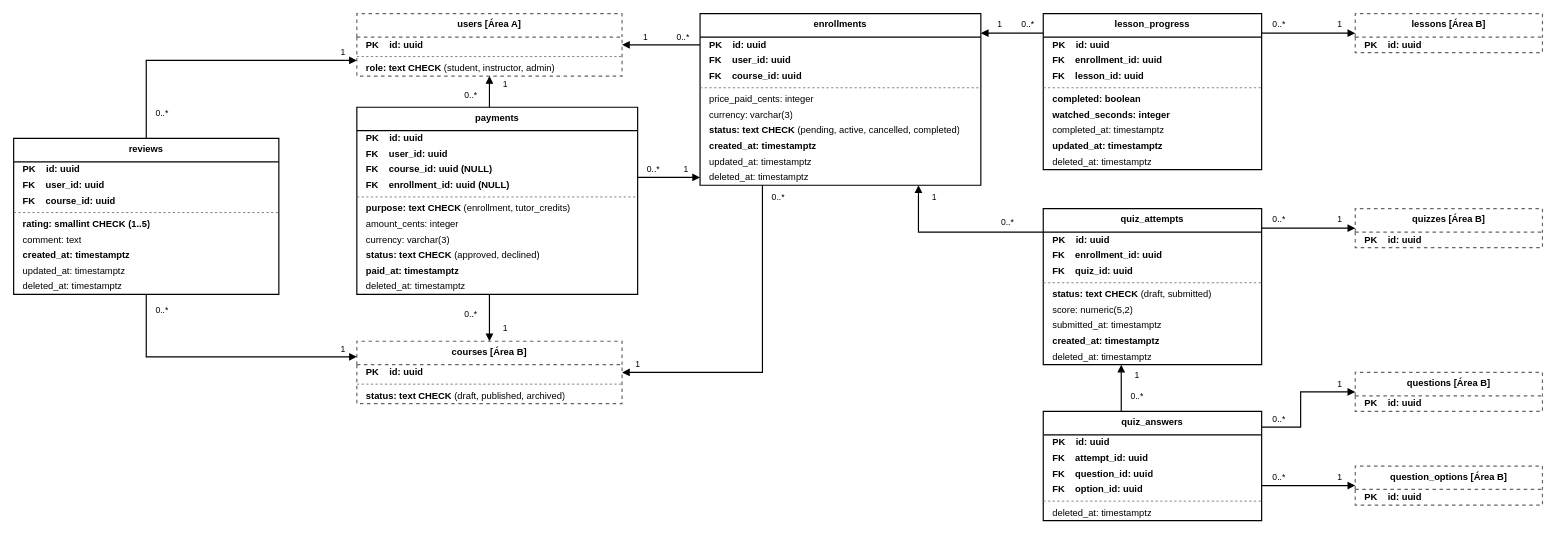
The draw.io diagram especificacao/diagramas/12-modelo-de-dados-area-c.drawio in Plataforma-de-Cursos-TCC/plataforma-cursos-docs, before the edit. Source tidied: cells renumbered, new cells numbered last; positions are measured from the earlier drawing's top-left corner, leaving out a move shared by most shapes. Both pictures are drawn from the tidied source at 78%, with x=0, y=0 at pixel (13, 13).
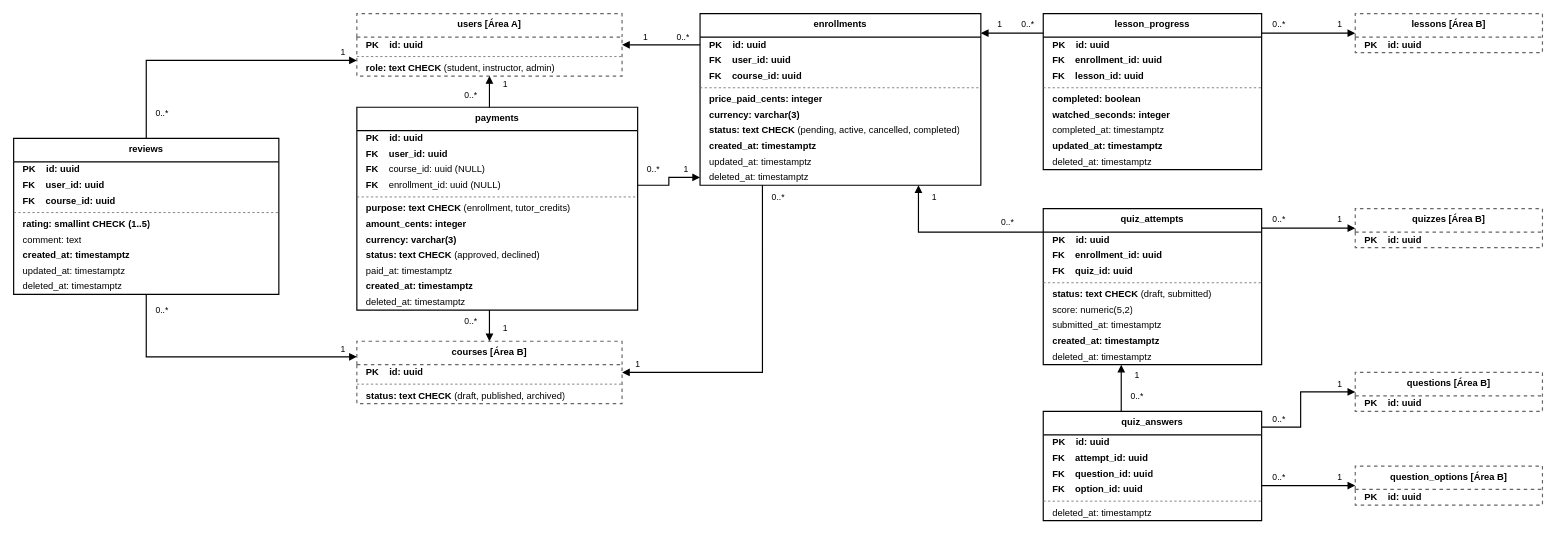
Above is the later version.

Commit message (it also covers changes not shown here):
fix(area-c): add payments created_at and correct column nullability bolding

Add created_at timestamptz NOT NULL to payments table in the data dictionary
and data model diagram, and correct the mandatory bold styling for nullable
and not-null columns in payments and enrollments (#135 C33).

The change refers to these unchanged cells:
```xml
<mxCell id="20" value="enrollments" style="swimlane;fontStyle=1;align=center;verticalAlign=top;horizontal=1;startSize=30;whiteSpace=wrap;html=1;fillColor=#FFFFFF;strokeColor=#000000;strokeWidth=1.5;fontFamily=Helvetica;fontSize=12;" parent="1" vertex="1">
  <mxGeometry x="880" width="360" height="220" as="geometry" />
</mxCell>
```

Change to the diagram source:
```diff
@@
-    <mxCell id="25" value="price_paid_cents: integer" style="text;strokeColor=none;fillColor=none;align=left;verticalAlign=middle;spacingLeft=10;spacingRight=10;overflow=hidden;fontFamily=Helvetica;fontSize=12;html=1;" parent="20" vertex="1">
+    <mxCell id="25" value="&lt;b&gt;price_paid_cents: integer&lt;/b&gt;" style="text;strokeColor=none;fillColor=none;align=left;verticalAlign=middle;spacingLeft=10;spacingRight=10;overflow=hidden;fontFamily=Helvetica;fontSize=12;html=1;" parent="20" vertex="1">
       <mxGeometry y="100" width="360" height="20" as="geometry" />
     </mxCell>
-    <mxCell id="26" value="currency: varchar(3)" style="text;strokeColor=none;fillColor=none;align=left;verticalAlign=middle;spacingLeft=10;spacingRight=10;overflow=hidden;fontFamily=Helvetica;fontSize=12;html=1;" parent="20" vertex="1">
+    <mxCell id="26" value="&lt;b&gt;currency: varchar(3)&lt;/b&gt;" style="text;strokeColor=none;fillColor=none;align=left;verticalAlign=middle;spacingLeft=10;spacingRight=10;overflow=hidden;fontFamily=Helvetica;fontSize=12;html=1;" parent="20" vertex="1">
       <mxGeometry y="120" width="360" height="20" as="geometry" />
     </mxCell>
@@
     <mxCell id="31" value="payments" style="swimlane;fontStyle=1;align=center;verticalAlign=top;horizontal=1;startSize=30;whiteSpace=wrap;html=1;fillColor=#FFFFFF;strokeColor=#000000;strokeWidth=1.5;fontFamily=Helvetica;fontSize=12;" parent="1" vertex="1">
-      <mxGeometry x="440" y="120" width="360" height="240" as="geometry" />
+      <mxGeometry x="440" y="120" width="360" height="260" as="geometry" />
     </mxCell>
@@
-    <mxCell id="34" value="&lt;b&gt;FK&lt;/b&gt;&amp;nbsp;&amp;nbsp;&amp;nbsp;&amp;nbsp;&lt;b&gt;course_id: uuid (NULL)&lt;/b&gt;" style="text;strokeColor=none;fillColor=none;align=left;verticalAlign=middle;spacingLeft=10;spacingRight=10;overflow=hidden;fontFamily=Helvetica;fontSize=12;html=1;" parent="31" vertex="1">
+    <mxCell id="34" value="&lt;b&gt;FK&lt;/b&gt;&amp;nbsp;&amp;nbsp;&amp;nbsp;&amp;nbsp;course_id: uuid (NULL)" style="text;strokeColor=none;fillColor=none;align=left;verticalAlign=middle;spacingLeft=10;spacingRight=10;overflow=hidden;fontFamily=Helvetica;fontSize=12;html=1;" parent="31" vertex="1">
       <mxGeometry y="70" width="360" height="20" as="geometry" />
     </mxCell>
-    <mxCell id="35" value="&lt;b&gt;FK&lt;/b&gt;&amp;nbsp;&amp;nbsp;&amp;nbsp;&amp;nbsp;&lt;b&gt;enrollment_id: uuid (NULL)&lt;/b&gt;" style="text;strokeColor=none;fillColor=none;align=left;verticalAlign=middle;spacingLeft=10;spacingRight=10;overflow=hidden;fontFamily=Helvetica;fontSize=12;html=1;" parent="31" vertex="1">
+    <mxCell id="35" value="&lt;b&gt;FK&lt;/b&gt;&amp;nbsp;&amp;nbsp;&amp;nbsp;&amp;nbsp;enrollment_id: uuid (NULL)" style="text;strokeColor=none;fillColor=none;align=left;verticalAlign=middle;spacingLeft=10;spacingRight=10;overflow=hidden;fontFamily=Helvetica;fontSize=12;html=1;" parent="31" vertex="1">
       <mxGeometry y="90" width="360" height="20" as="geometry" />
     </mxCell>
@@
-    <mxCell id="38" value="amount_cents: integer" style="text;strokeColor=none;fillColor=none;align=left;verticalAlign=middle;spacingLeft=10;spacingRight=10;overflow=hidden;fontFamily=Helvetica;fontSize=12;html=1;" parent="31" vertex="1">
+    <mxCell id="38" value="&lt;b&gt;amount_cents: integer&lt;/b&gt;" style="text;strokeColor=none;fillColor=none;align=left;verticalAlign=middle;spacingLeft=10;spacingRight=10;overflow=hidden;fontFamily=Helvetica;fontSize=12;html=1;" parent="31" vertex="1">
       <mxGeometry y="140" width="360" height="20" as="geometry" />
     </mxCell>
-    <mxCell id="39" value="currency: varchar(3)" style="text;strokeColor=none;fillColor=none;align=left;verticalAlign=middle;spacingLeft=10;spacingRight=10;overflow=hidden;fontFamily=Helvetica;fontSize=12;html=1;" parent="31" vertex="1">
+    <mxCell id="39" value="&lt;b&gt;currency: varchar(3)&lt;/b&gt;" style="text;strokeColor=none;fillColor=none;align=left;verticalAlign=middle;spacingLeft=10;spacingRight=10;overflow=hidden;fontFamily=Helvetica;fontSize=12;html=1;" parent="31" vertex="1">
       <mxGeometry y="160" width="360" height="20" as="geometry" />
     </mxCell>
@@
-    <mxCell id="41" value="&lt;b&gt;paid_at: timestamptz&lt;/b&gt;" style="text;strokeColor=none;fillColor=none;align=left;verticalAlign=middle;spacingLeft=10;spacingRight=10;overflow=hidden;fontFamily=Helvetica;fontSize=12;html=1;" parent="31" vertex="1">
+    <mxCell id="41" value="paid_at: timestamptz" style="text;strokeColor=none;fillColor=none;align=left;verticalAlign=middle;spacingLeft=10;spacingRight=10;overflow=hidden;fontFamily=Helvetica;fontSize=12;html=1;" parent="31" vertex="1">
       <mxGeometry y="200" width="360" height="20" as="geometry" />
     </mxCell>
+    <mxCell id="120" value="&lt;b&gt;created_at: timestamptz&lt;/b&gt;" style="text;strokeColor=none;fillColor=none;align=left;verticalAlign=middle;spacingLeft=10;spacingRight=10;overflow=hidden;fontFamily=Helvetica;fontSize=12;html=1;" parent="31" vertex="1">
+      <mxGeometry y="220" width="360" height="20" as="geometry" />
+    </mxCell>
     <mxCell id="42" value="deleted_at: timestamptz" style="text;strokeColor=none;fillColor=none;align=left;verticalAlign=middle;spacingLeft=10;spacingRight=10;overflow=hidden;fontFamily=Helvetica;fontSize=12;html=1;" parent="31" vertex="1">
-      <mxGeometry y="220" width="360" height="20" as="geometry" />
+      <mxGeometry y="240" width="360" height="20" as="geometry" />
     </mxCell>
@@
-    <mxCell id="90" style="edgeStyle=orthogonalEdgeStyle;rounded=0;jettySize=auto;html=1;strokeColor=#000000;strokeWidth=1.5;endArrow=block;endFill=1;exitX=1.0;exitY=0.375;exitPerimeter=0;entryX=0.0;entryY=0.9545;entryPerimeter=0;" parent="1" edge="1" source="31" target="20">
+    <mxCell id="90" style="edgeStyle=orthogonalEdgeStyle;rounded=0;jettySize=auto;html=1;strokeColor=#000000;strokeWidth=1.5;endArrow=block;endFill=1;exitX=1.0;exitY=0.3846;exitPerimeter=0;entryX=0.0;entryY=0.9545;entryPerimeter=0;" parent="1" edge="1" source="31" target="20">
       <mxGeometry relative="1" as="geometry" />
     </mxCell>
@@
     <mxCell id="97" value="0..*" style="text;html=1;align=center;verticalAlign=middle;strokeColor=none;fillColor=none;fontFamily=Helvetica;fontSize=11;fontColor=#000000;" parent="1" vertex="1">
-      <mxGeometry x="572" y="378" width="28" height="16" as="geometry" />
+      <mxGeometry x="572" y="386" width="28" height="16" as="geometry" />
     </mxCell>
```
